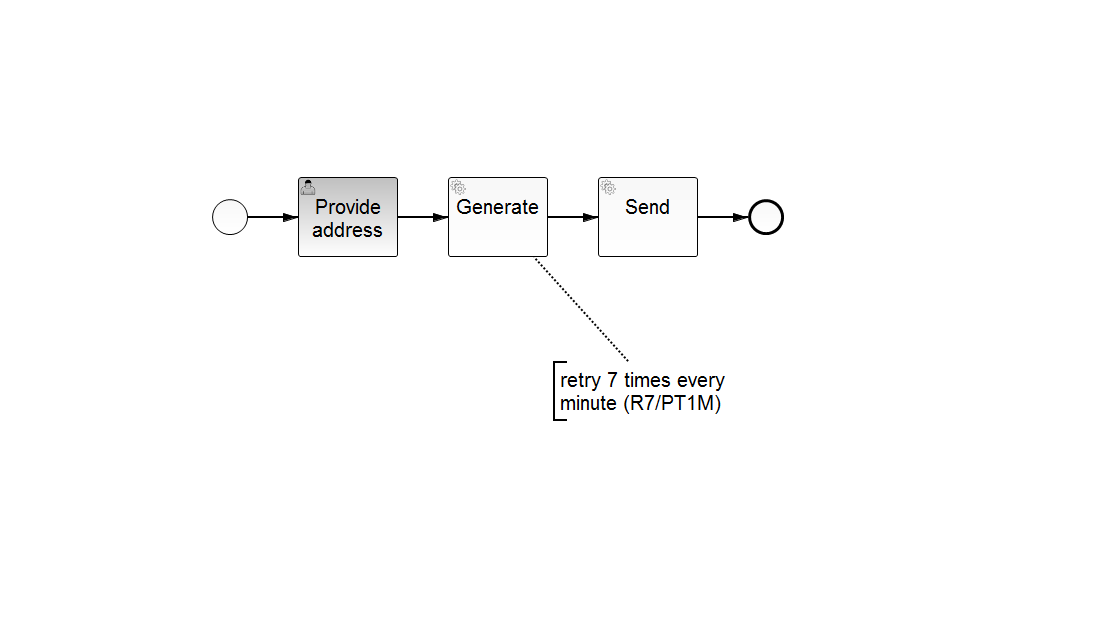
gheddie/bpmn_watcher_all_new keeps this BPMN diagram as bpmn-server/src/main/resources/AsynchronousInvoiceProcess.png. Above is the earlier version. Its source is kept beside it as bpmn-server/src/main/resources/AsynchronousInvoiceProcess.bpmn. Ids are renumbered.
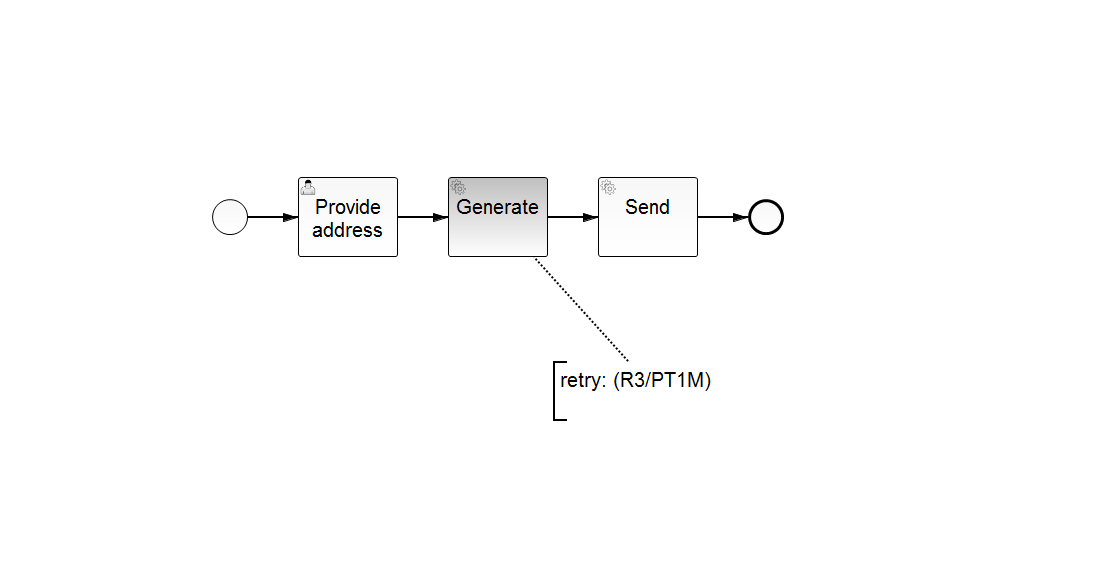
Later version of the same file.

The edit, as a diff of the source:
```diff
@@ -10,7 +10,7 @@
     <bpmn2:sequenceFlow id="SequenceFlow_1" name="" sourceRef="StartEvent_1" targetRef="UserTask_1"/>
     <bpmn2:serviceTask id="ServiceTask_1" camunda:class="de.gravitex.bpmn.server.delegate.asynchronousinvoice.GenerateInvoiceDelegate" camunda:async="true" name="Generate">
       <bpmn2:extensionElements>
-        <fox:failedJobRetryTimeCycle>R7/PT1M</fox:failedJobRetryTimeCycle>
+        <fox:failedJobRetryTimeCycle>R3/PT1M</fox:failedJobRetryTimeCycle>
       </bpmn2:extensionElements>
       <bpmn2:incoming>SequenceFlow_2</bpmn2:incoming>
       <bpmn2:outgoing>SequenceFlow_3</bpmn2:outgoing>
@@ -26,7 +26,7 @@
     </bpmn2:endEvent>
     <bpmn2:sequenceFlow id="SequenceFlow_4" name="" sourceRef="ServiceTask_2" targetRef="EndEvent_1"/>
     <bpmn2:textAnnotation id="TextAnnotation_1">
-      <bpmn2:text>retry 7 times every minute (R7/PT1M)</bpmn2:text>
+      <bpmn2:text>retry: (R3/PT1M)</bpmn2:text>
     </bpmn2:textAnnotation>
     <bpmn2:association id="Association_1" sourceRef="TextAnnotation_1" targetRef="ServiceTask_1"/>
   </bpmn2:process>
```
